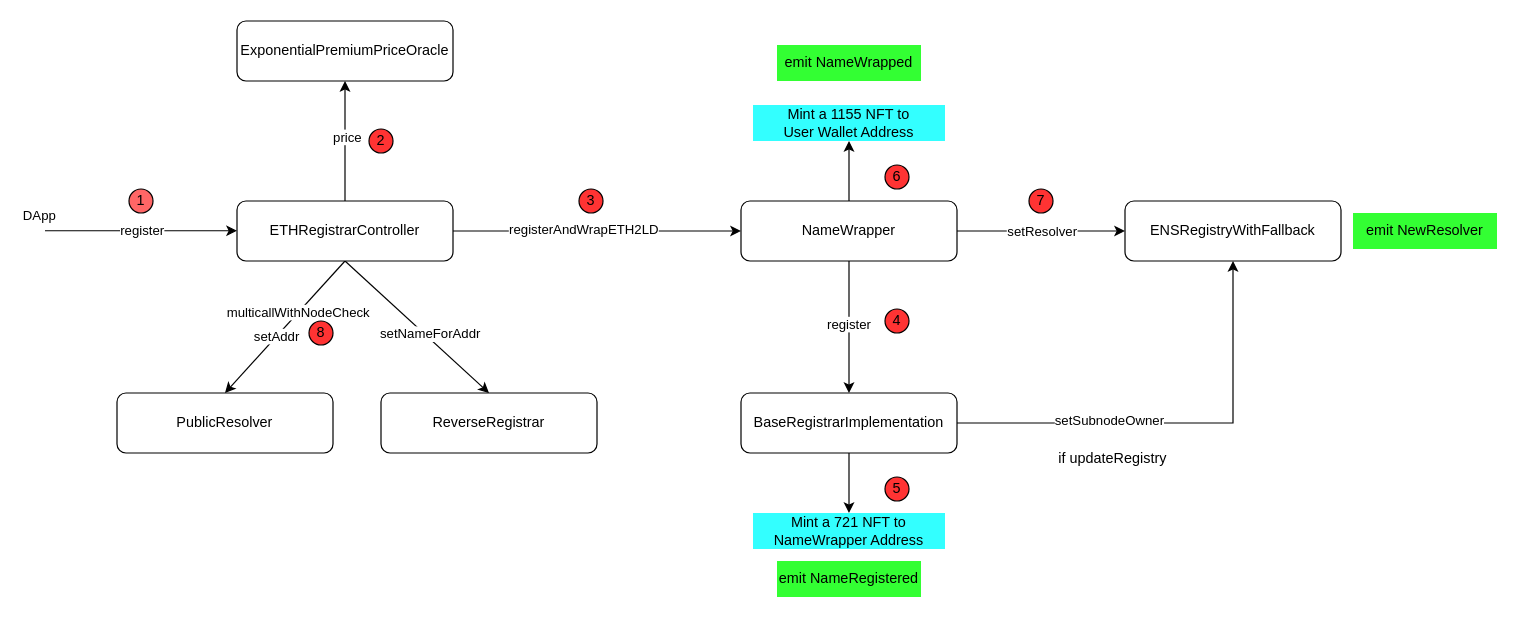
The draw.io diagram page "ens" (4 of 5) of outdoor.drawio in jxu86/project-uml, before the edit. Source tidied: cells renumbered, new cells numbered last; positions are measured from the earlier drawing's top-left corner, leaving out a move shared by most shapes. Both pictures are drawn from the tidied source at 120%, with x=0, y=0 at pixel (44, 20).
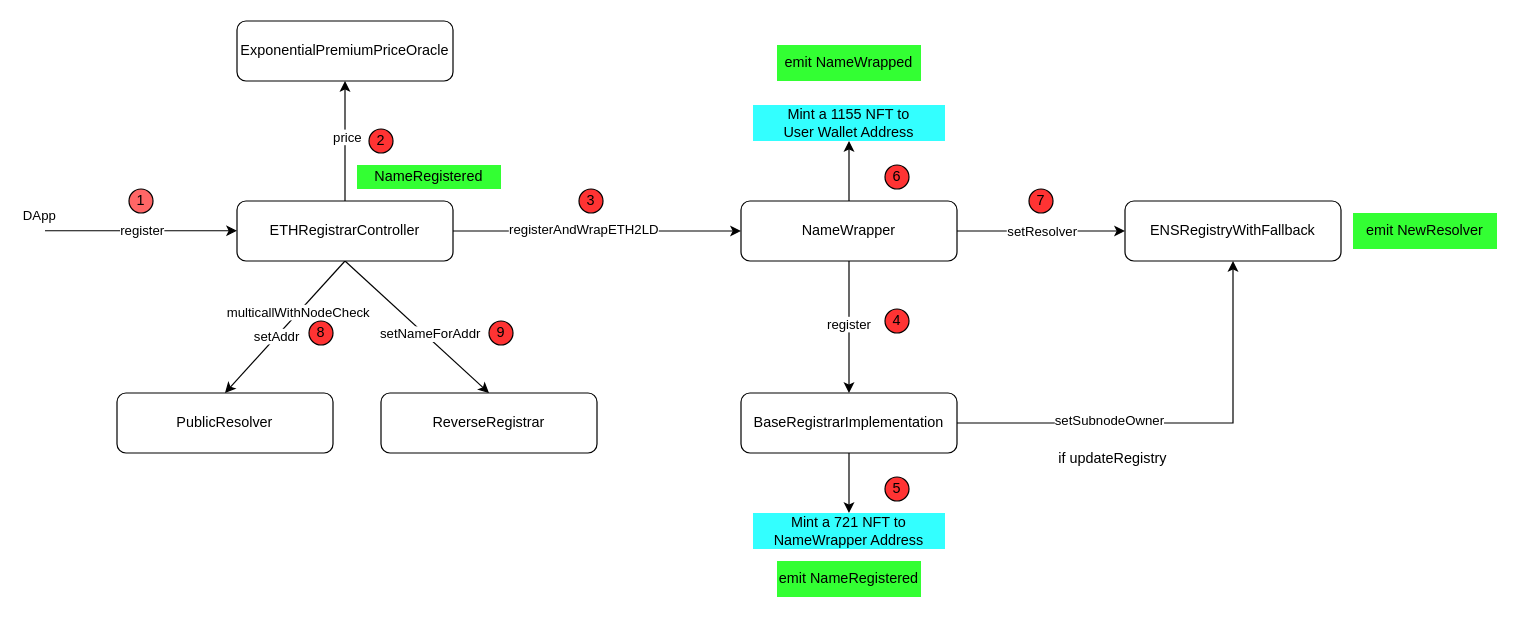
After the change.

The edit, as a diff of the source:
```diff
@@
+    <mxCell id="43" value="9" style="ellipse;whiteSpace=wrap;html=1;fillColor=#FF3333;" parent="1" vertex="1">
+      <mxGeometry x="370" y="250" width="20" height="20" as="geometry" />
+    </mxCell>
+    <mxCell id="44" value="NameRegistered" style="text;html=1;strokeColor=none;fillColor=#33FF33;align=center;verticalAlign=middle;whiteSpace=wrap;rounded=0;" parent="1" vertex="1">
+      <mxGeometry x="260" y="120" width="120" height="20" as="geometry" />
+    </mxCell>
```
